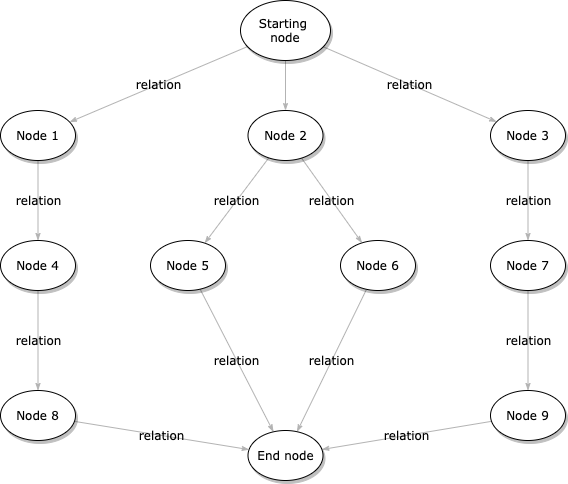
Before: TestDiagram.png, a diagram exported from draw.io (mrrichardson52/Senior-Design). Source tidied: cells renumbered, new cells last; positions are measured from the earlier drawing's top-left corner, leaving out a move shared by most shapes.
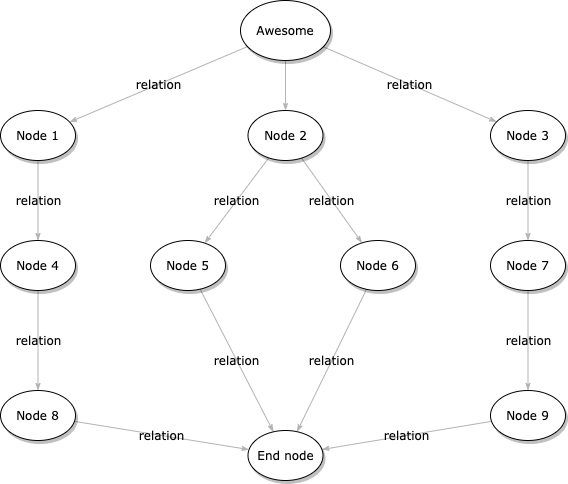
The same diagram one commit later.

Change to the diagram source:
```diff
@@ -11,7 +11,7 @@
     <mxCell id="4" value="relation" style="edgeStyle=none;rounded=1;html=1;labelBackgroundColor=none;startArrow=none;startFill=0;startSize=5;endArrow=classicThin;endFill=1;endSize=5;jettySize=auto;strokeColor=#B3B3B3;strokeWidth=1;fontFamily=Verdana;fontSize=12;" parent="1" edge="1" source="5" target="10">
       <mxGeometry relative="1" as="geometry" />
     </mxCell>
-    <mxCell id="5" value="Starting&amp;nbsp;&lt;div&gt;node&lt;/div&gt;" style="ellipse;whiteSpace=wrap;html=1;rounded=0;shadow=1;comic=0;labelBackgroundColor=none;strokeWidth=1;fontFamily=Verdana;fontSize=12;align=center;" parent="1" vertex="1">
+    <mxCell id="5" value="Awesome&lt;br&gt;" style="ellipse;whiteSpace=wrap;html=1;rounded=0;shadow=1;comic=0;labelBackgroundColor=none;strokeWidth=1;fontFamily=Verdana;fontSize=12;align=center;" parent="1" vertex="1">
       <mxGeometry x="240" width="90" height="60" as="geometry" />
     </mxCell>
     <mxCell id="6" value="relation" style="edgeStyle=none;rounded=1;html=1;labelBackgroundColor=none;startArrow=none;startFill=0;startSize=5;endArrow=classicThin;endFill=1;endSize=5;jettySize=auto;strokeColor=#B3B3B3;strokeWidth=1;fontFamily=Verdana;fontSize=12;" parent="1" edge="1" source="8" target="18">
```
